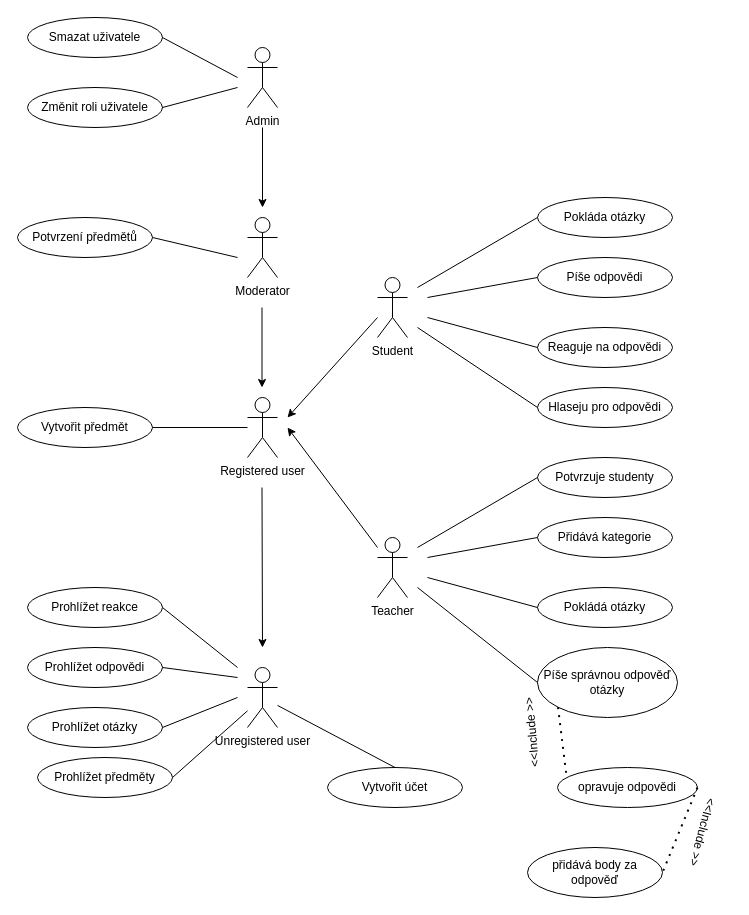
Keprt-Ondrej/VUT_IIS keeps this draw.io diagram as res/use-case.drawio. Above is the earlier version. Source tidied: cells renumbered, new cells numbered last; positions are measured from the earlier drawing's top-left corner, leaving out a move shared by most shapes. Both pictures are drawn from the tidied source at 100%, with x=0, y=0 at pixel (17, 17).
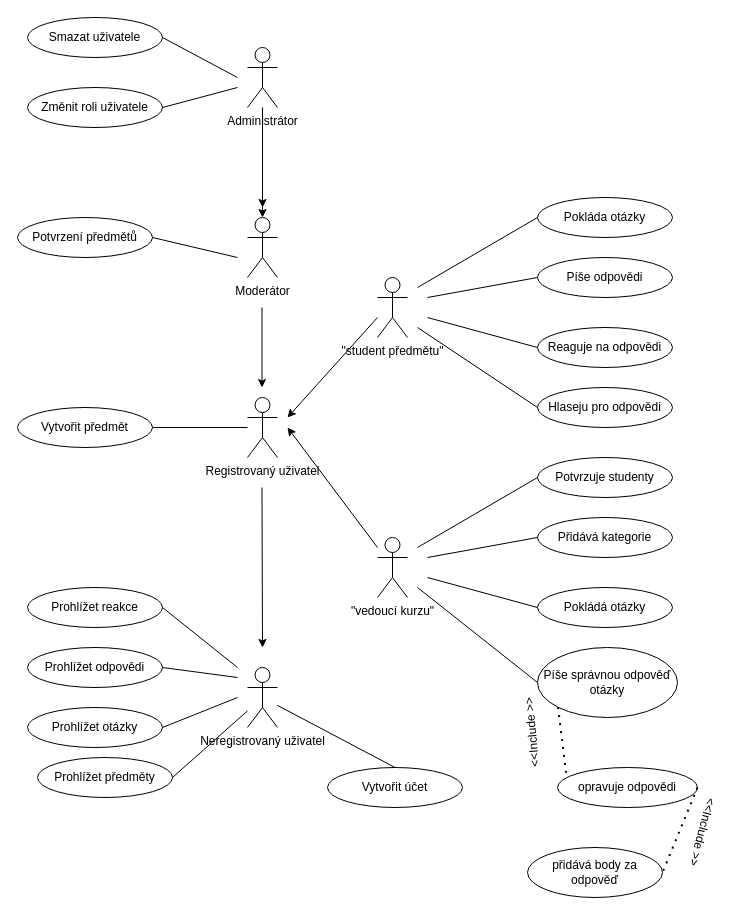
The same page after the edit.

The edit, as a diff of the source:
```diff
@@
+    <mxCell id="53" style="edgeStyle=none;html=1;" parent="1" edge="1" source="2" target="5">
+      <mxGeometry relative="1" as="geometry" />
+    </mxCell>
-    <mxCell id="2" value="&lt;div&gt;Admin&lt;/div&gt;&lt;div&gt;&lt;br&gt;&lt;/div&gt;" style="shape=umlActor;verticalLabelPosition=bottom;verticalAlign=top;html=1;outlineConnect=0;" parent="1" vertex="1">
+    <mxCell id="2" value="&lt;div&gt;Administrátor&lt;/div&gt;" style="shape=umlActor;verticalLabelPosition=bottom;verticalAlign=top;html=1;outlineConnect=0;" parent="1" vertex="1">
       <mxGeometry x="230" y="30" width="30" height="60" as="geometry" />
     </mxCell>
@@
-    <mxCell id="5" value="Moderator" style="shape=umlActor;verticalLabelPosition=bottom;verticalAlign=top;html=1;outlineConnect=0;" parent="1" vertex="1">
+    <mxCell id="5" value="Moderátor" style="shape=umlActor;verticalLabelPosition=bottom;verticalAlign=top;html=1;outlineConnect=0;" parent="1" vertex="1">
       <mxGeometry x="230" y="200" width="30" height="60" as="geometry" />
     </mxCell>
@@
-    <mxCell id="7" value="Student" style="shape=umlActor;verticalLabelPosition=bottom;verticalAlign=top;html=1;" parent="1" vertex="1">
+    <mxCell id="7" value="&quot;student předmětu&quot;" style="shape=umlActor;verticalLabelPosition=bottom;verticalAlign=top;html=1;" parent="1" vertex="1">
       <mxGeometry x="360" y="260" width="30" height="60" as="geometry" />
     </mxCell>
@@
-    <mxCell id="16" value="Registered user" style="shape=umlActor;verticalLabelPosition=bottom;verticalAlign=top;html=1;outlineConnect=0;" parent="1" vertex="1">
+    <mxCell id="16" value="Registrovaný uživatel" style="shape=umlActor;verticalLabelPosition=bottom;verticalAlign=top;html=1;outlineConnect=0;" parent="1" vertex="1">
       <mxGeometry x="230" y="380" width="30" height="60" as="geometry" />
     </mxCell>
@@
-    <mxCell id="19" value="Teacher" style="shape=umlActor;verticalLabelPosition=bottom;verticalAlign=top;html=1;" parent="1" vertex="1">
+    <mxCell id="19" value="&quot;vedoucí kurzu&quot;" style="shape=umlActor;verticalLabelPosition=bottom;verticalAlign=top;html=1;" parent="1" vertex="1">
       <mxGeometry x="360" y="520" width="30" height="60" as="geometry" />
     </mxCell>
@@
-    <mxCell id="35" value="Unregistered user" style="shape=umlActor;verticalLabelPosition=bottom;verticalAlign=top;html=1;outlineConnect=0;" parent="1" vertex="1">
+    <mxCell id="35" value="Neregistrovaný uživatel" style="shape=umlActor;verticalLabelPosition=bottom;verticalAlign=top;html=1;outlineConnect=0;" parent="1" vertex="1">
       <mxGeometry x="230" y="650" width="30" height="60" as="geometry" />
     </mxCell>
```
